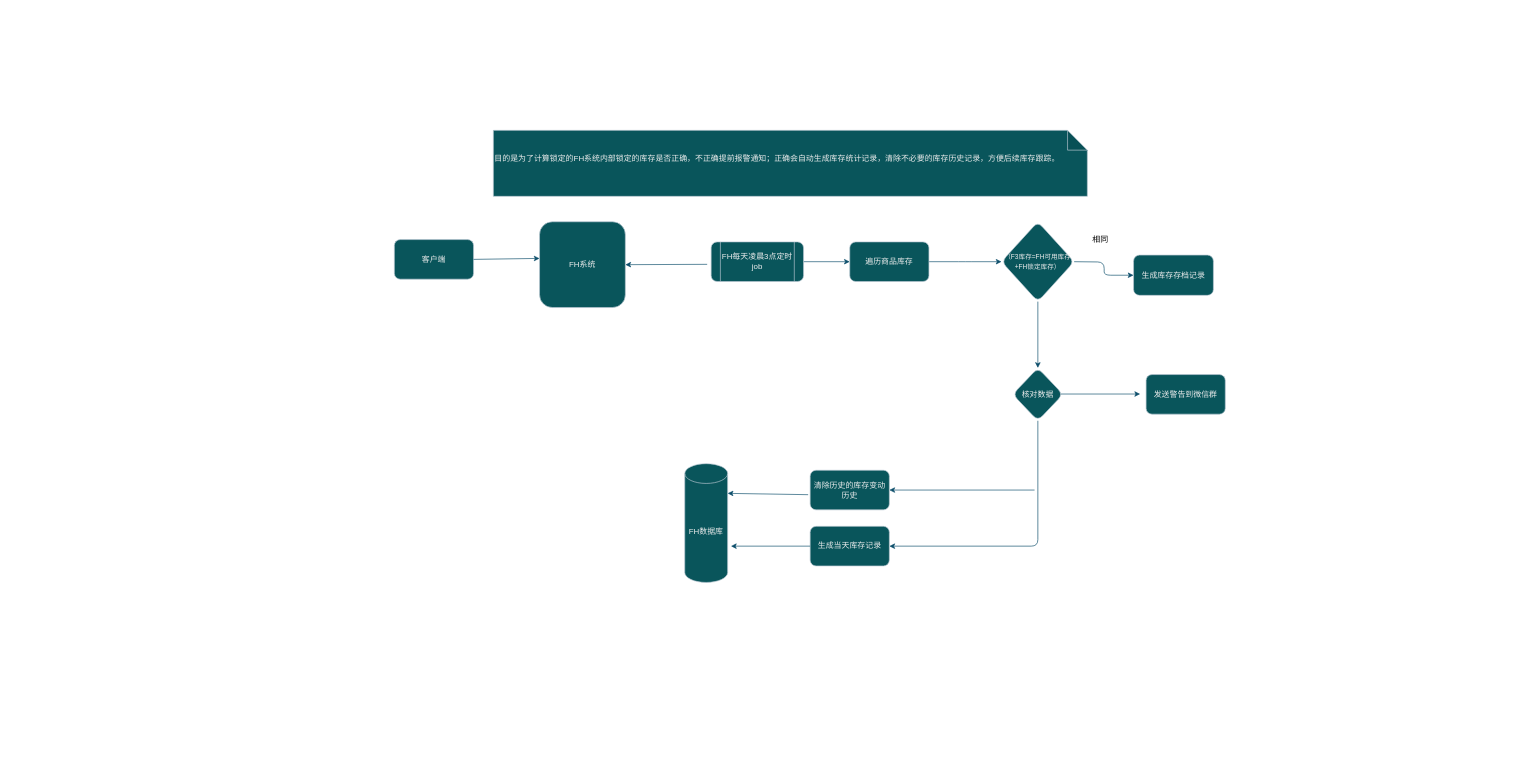
Earlier version of the draw.io diagram SketchMap/库存盘点.drawio (liuyunlong1229/aaa). Source tidied: cells renumbered, new cells numbered last; positions are measured from the earlier drawing's top-left corner, leaving out a move shared by most shapes. Both pictures are drawn from the tidied source at 66%, with x=0, y=0 at pixel (394, 130).
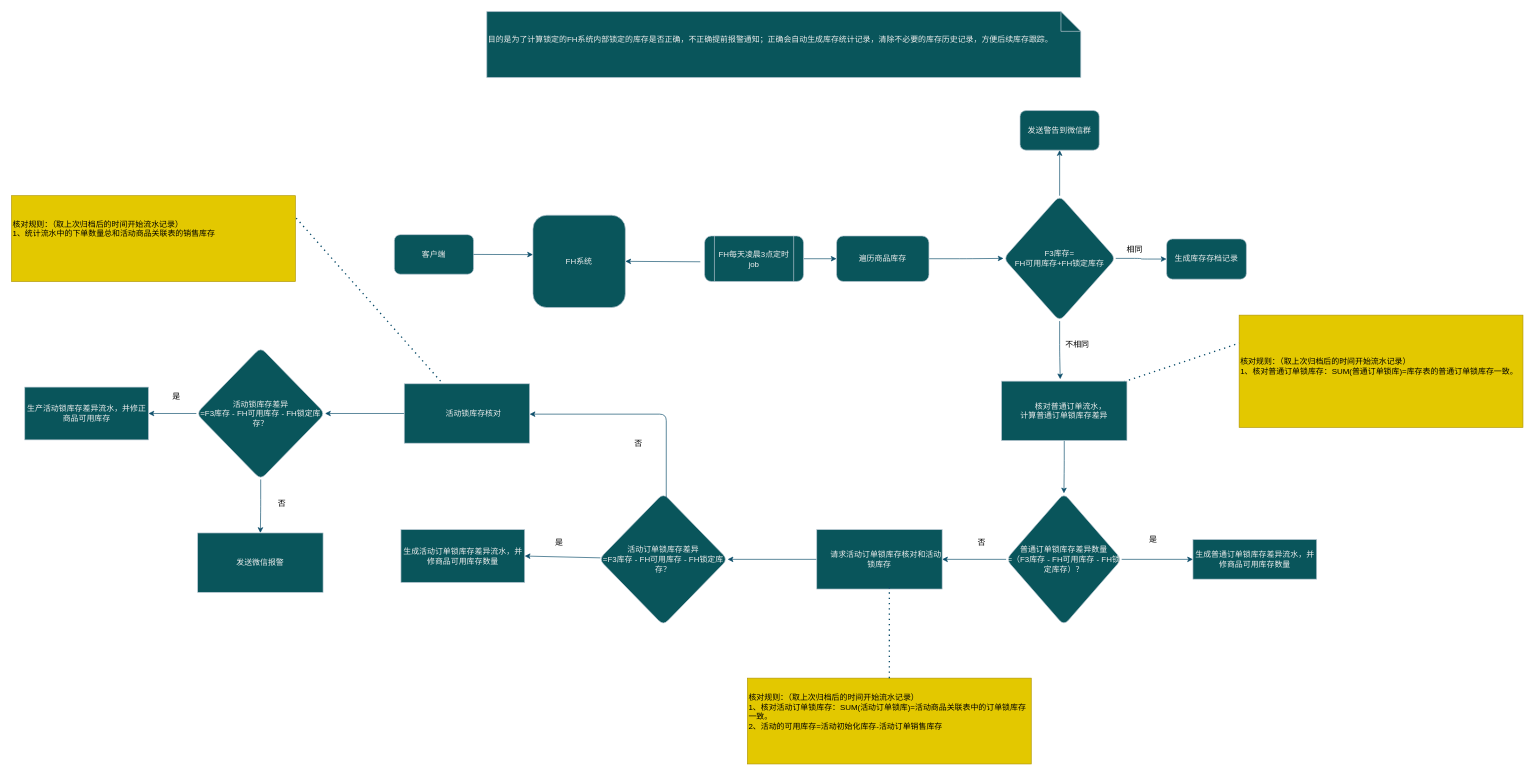
Above is the later version.

Commit message:
更新库存盘点.drawio

Change to the diagram source:
```diff
@@
     <mxCell id="2" value="FH系统" style="whiteSpace=wrap;html=1;labelBackgroundColor=none;fillColor=#09555B;strokeColor=#BAC8D3;fontColor=#EEEEEE;rounded=1;" parent="1" vertex="1">
-      <mxGeometry x="220" y="138.5" width="130" height="130" as="geometry" />
+      <mxGeometry x="210" y="128.5" width="140" height="140" as="geometry" />
     </mxCell>
-    <mxCell id="3" value="FH数据库" style="shape=cylinder3;whiteSpace=wrap;html=1;boundedLbl=1;backgroundOutline=1;size=15;labelBackgroundColor=none;fillColor=#09555B;strokeColor=#BAC8D3;fontColor=#EEEEEE;rounded=1;" parent="1" vertex="1">
-      <mxGeometry x="440" y="505" width="65" height="180" as="geometry" />
-    </mxCell>
@@
     <mxCell id="5" value="FH每天凌晨3点定时job" style="shape=process;whiteSpace=wrap;html=1;backgroundOutline=1;labelBackgroundColor=none;fillColor=#09555B;strokeColor=#BAC8D3;fontColor=#EEEEEE;rounded=1;" parent="1" vertex="1">
-      <mxGeometry x="480" y="169" width="140" height="60" as="geometry" />
+      <mxGeometry x="470" y="160" width="150" height="69" as="geometry" />
     </mxCell>
@@
     <mxCell id="7" value="客户端" style="rounded=1;whiteSpace=wrap;html=1;labelBackgroundColor=none;fillColor=#09555B;strokeColor=#BAC8D3;fontColor=#EEEEEE;" parent="1" vertex="1">
-      <mxGeometry y="165.5" width="120" height="60" as="geometry" />
+      <mxGeometry y="158" width="120" height="60" as="geometry" />
     </mxCell>
@@
-    <mxCell id="9" style="edgeStyle=orthogonalEdgeStyle;rounded=1;jettySize=auto;html=1;entryX=1;entryY=0.5;entryDx=0;entryDy=0;exitX=0.5;exitY=1;exitDx=0;exitDy=0;labelBackgroundColor=none;strokeColor=#0B4D6A;fontColor=default;" parent="1" edge="1" source="10" target="12">
-      <mxGeometry relative="1" as="geometry" />
-    </mxCell>
-    <mxCell id="10" value="核对数据" style="rhombus;whiteSpace=wrap;html=1;labelBackgroundColor=none;fillColor=#09555B;strokeColor=#BAC8D3;fontColor=#EEEEEE;rounded=1;" parent="1" vertex="1">
-      <mxGeometry x="937" y="360" width="76" height="80" as="geometry" />
-    </mxCell>
     <mxCell id="11" value="发送警告到微信群" style="rounded=1;whiteSpace=wrap;html=1;labelBackgroundColor=none;fillColor=#09555B;strokeColor=#BAC8D3;fontColor=#EEEEEE;" parent="1" vertex="1">
-      <mxGeometry x="1139" y="370" width="120" height="60" as="geometry" />
+      <mxGeometry x="948" y="-30" width="120" height="60" as="geometry" />
     </mxCell>
-    <mxCell id="12" value="生成当天库存记录" style="rounded=1;whiteSpace=wrap;html=1;labelBackgroundColor=none;fillColor=#09555B;strokeColor=#BAC8D3;fontColor=#EEEEEE;" parent="1" vertex="1">
-      <mxGeometry x="630" y="600" width="120" height="60" as="geometry" />
-    </mxCell>
-    <mxCell id="13" style="endArrow=classic;html=1;rounded=1;exitX=0;exitY=0.5;exitDx=0;exitDy=0;labelBackgroundColor=none;strokeColor=#0B4D6A;fontColor=default;" parent="1" edge="1" source="12">
-      <mxGeometry relative="1" as="geometry">
-        <mxPoint x="510" y="630" as="targetPoint" />
-      </mxGeometry>
-    </mxCell>
-    <mxCell id="14" value="清除历史的库存变动历史" style="rounded=1;whiteSpace=wrap;html=1;labelBackgroundColor=none;fillColor=#09555B;strokeColor=#BAC8D3;fontColor=#EEEEEE;" parent="1" vertex="1">
-      <mxGeometry x="630" y="515" width="120" height="60" as="geometry" />
-    </mxCell>
-    <mxCell id="15" style="endArrow=classic;html=1;rounded=1;entryX=1;entryY=0.5;entryDx=0;entryDy=0;labelBackgroundColor=none;strokeColor=#0B4D6A;fontColor=default;" parent="1" edge="1" target="14">
-      <mxGeometry relative="1" as="geometry">
-        <mxPoint x="970" y="545" as="sourcePoint" />
-      </mxGeometry>
-    </mxCell>
-    <mxCell id="16" style="endArrow=classic;html=1;rounded=1;entryX=1;entryY=0.25;entryDx=0;entryDy=0;entryPerimeter=0;exitX=-0.025;exitY=0.617;exitDx=0;exitDy=0;exitPerimeter=0;labelBackgroundColor=none;strokeColor=#0B4D6A;fontColor=default;" parent="1" edge="1" source="14" target="3">
-      <mxGeometry relative="1" as="geometry" />
-    </mxCell>
     <mxCell id="17" value="&lt;div&gt;目的是为了计算锁定的FH系统内部锁定的库存是否正确，不正确提前报警通知；正确会自动生成库存统计记录，清除不必要的库存历史记录，方便后续库存跟踪。&lt;/div&gt;&lt;div&gt;&lt;br&gt;&lt;/div&gt;" style="shape=note;whiteSpace=wrap;html=1;backgroundOutline=1;darkOpacity=0.05;align=left;labelBackgroundColor=none;fillColor=#09555B;strokeColor=#BAC8D3;fontColor=#EEEEEE;rounded=1;" parent="1" vertex="1">
-      <mxGeometry x="150" width="900" height="100" as="geometry" />
+      <mxGeometry x="140" y="-180" width="900" height="100" as="geometry" />
     </mxCell>
-    <mxCell id="18" style="endArrow=classic;html=1;rounded=1;labelBackgroundColor=none;strokeColor=#0B4D6A;fontColor=default;" parent="1" edge="1">
-      <mxGeometry relative="1" as="geometry">
-        <mxPoint x="1010" y="399.5" as="sourcePoint" />
-        <mxPoint x="1130" y="399.5" as="targetPoint" />
-      </mxGeometry>
-    </mxCell>
-    <mxCell id="19" style="edgeStyle=orthogonalEdgeStyle;rounded=1;jettySize=auto;html=1;labelBackgroundColor=none;strokeColor=#0B4D6A;fontColor=default;" parent="1" edge="1" target="24">
-      <mxGeometry relative="1" as="geometry">
-        <mxPoint x="1030" y="199" as="sourcePoint" />
-      </mxGeometry>
-    </mxCell>
-    <mxCell id="20" style="edgeStyle=orthogonalEdgeStyle;rounded=1;jettySize=auto;html=1;strokeColor=#0B4D6A;" parent="1" edge="1" source="21" target="10">
-      <mxGeometry relative="1" as="geometry" />
-    </mxCell>
+    <mxCell id="26" style="edgeStyle=orthogonalEdgeStyle;rounded=1;jettySize=auto;html=1;strokeColor=#0B4D6A;" parent="1" edge="1" source="21" target="11">
+      <mxGeometry relative="1" as="geometry" />
+    </mxCell>
+    <mxCell id="27" style="edgeStyle=orthogonalEdgeStyle;rounded=1;jettySize=auto;html=1;strokeColor=#0B4D6A;" parent="1" edge="1" source="21" target="24">
+      <mxGeometry relative="1" as="geometry" />
+    </mxCell>
+    <mxCell id="28" style="edgeStyle=orthogonalEdgeStyle;rounded=1;jettySize=auto;html=1;exitX=0.5;exitY=1;exitDx=0;exitDy=0;strokeColor=#0B4D6A;entryX=0.468;entryY=-0.033;entryDx=0;entryDy=0;entryPerimeter=0;" parent="1" edge="1" source="21" target="36">
+      <mxGeometry relative="1" as="geometry" />
+    </mxCell>
-    <mxCell id="21" value="&lt;font style=&quot;font-size: 10px;&quot;&gt;（F3库存=FH可用库存+FH锁定库存）&lt;/font&gt;" style="rhombus;whiteSpace=wrap;html=1;labelBackgroundColor=none;fillColor=#09555B;strokeColor=#BAC8D3;fontColor=#EEEEEE;rounded=1;" parent="1" vertex="1">
-      <mxGeometry x="920" y="138.5" width="110" height="121" as="geometry" />
+    <mxCell id="21" value="&lt;font style=&quot;font-size: 12px;&quot;&gt;&lt;span style=&quot;&quot;&gt;F3库存=&lt;/span&gt;&lt;br&gt;&lt;font style=&quot;font-size: 12px;&quot;&gt;FH可用库存+FH锁定库存&lt;/font&gt;&lt;/font&gt;" style="rhombus;whiteSpace=wrap;html=1;labelBackgroundColor=none;fillColor=#09555B;strokeColor=#BAC8D3;fontColor=#EEEEEE;rounded=1;" parent="1" vertex="1">
+      <mxGeometry x="923" y="99" width="170" height="190" as="geometry" />
     </mxCell>
-    <mxCell id="22" style="edgeStyle=orthogonalEdgeStyle;rounded=1;jettySize=auto;html=1;labelBackgroundColor=none;strokeColor=#0B4D6A;fontColor=default;" parent="1" edge="1" source="23">
-      <mxGeometry relative="1" as="geometry">
-        <mxPoint x="920" y="199" as="targetPoint" />
-      </mxGeometry>
+    <mxCell id="22" style="edgeStyle=orthogonalEdgeStyle;rounded=1;jettySize=auto;html=1;labelBackgroundColor=none;strokeColor=#0B4D6A;fontColor=default;entryX=0;entryY=0.5;entryDx=0;entryDy=0;" parent="1" edge="1" source="23" target="21">
+      <mxGeometry relative="1" as="geometry" />
     </mxCell>
     <mxCell id="23" value="遍历商品库存" style="rounded=1;whiteSpace=wrap;html=1;labelBackgroundColor=none;fillColor=#09555B;strokeColor=#BAC8D3;fontColor=#EEEEEE;" parent="1" vertex="1">
-      <mxGeometry x="690" y="169" width="120" height="60" as="geometry" />
+      <mxGeometry x="670" y="160" width="140" height="69" as="geometry" />
     </mxCell>
     <mxCell id="24" value="生成库存存档记录" style="rounded=1;whiteSpace=wrap;html=1;labelBackgroundColor=none;fillColor=#09555B;strokeColor=#BAC8D3;fontColor=#EEEEEE;" parent="1" vertex="1">
-      <mxGeometry x="1120" y="189" width="121" height="61" as="geometry" />
+      <mxGeometry x="1170" y="164.5" width="121" height="61" as="geometry" />
     </mxCell>
-    <mxCell id="25" value="相同" style="text;html=1;align=center;verticalAlign=middle;whiteSpace=wrap;rounded=1;labelBackgroundColor=none;" parent="1" vertex="1">
-      <mxGeometry x="1040" y="150" width="60" height="30" as="geometry" />
+    <mxCell id="25" value="&lt;font color=&quot;#000000&quot;&gt;相同&lt;/font&gt;" style="text;html=1;align=center;verticalAlign=middle;whiteSpace=wrap;rounded=0;fontColor=#EEEEEE;" parent="1" vertex="1">
+      <mxGeometry x="1092" y="166" width="60" height="30" as="geometry" />
     </mxCell>
+    <mxCell id="29" value="&lt;font color=&quot;#000000&quot;&gt;不相同&lt;/font&gt;" style="text;html=1;align=center;verticalAlign=middle;whiteSpace=wrap;rounded=0;fontColor=#EEEEEE;" parent="1" vertex="1">
+      <mxGeometry x="1005" y="310" width="60" height="30" as="geometry" />
+    </mxCell>
+    <mxCell id="30" value="核对规则：（取上次归档后的时间开始流水记录）&lt;br&gt;1、核对普通订单锁库存：SUM(普通订单锁库)=库存表的普通订单锁库存一致。&lt;div&gt;&lt;br/&gt;&lt;/div&gt;" style="rounded=0;whiteSpace=wrap;html=1;strokeColor=#B09500;fontColor=#000000;fillColor=#e3c800;align=left;" parent="1" vertex="1">
+      <mxGeometry x="1280" y="280" width="430" height="170" as="geometry" />
+    </mxCell>
+    <mxCell id="31" style="endArrow=none;dashed=1;html=1;dashPattern=1 3;strokeWidth=2;rounded=1;strokeColor=#0B4D6A;exitX=0.636;exitY=0.132;exitDx=0;exitDy=0;exitPerimeter=0;entryX=0;entryY=0.25;entryDx=0;entryDy=0;" parent="1" edge="1" target="30">
+      <mxGeometry relative="1" as="geometry">
+        <mxPoint x="1029.5" y="406.4" as="sourcePoint" />
+      </mxGeometry>
+    </mxCell>
+    <mxCell id="32" value="&lt;font color=&quot;#000000&quot;&gt;是&lt;/font&gt;" style="text;html=1;align=center;verticalAlign=middle;whiteSpace=wrap;rounded=0;fontColor=#EEEEEE;" parent="1" vertex="1">
+      <mxGeometry x="1120" y="605" width="60" height="30" as="geometry" />
+    </mxCell>
+    <mxCell id="33" value="生成普通订单锁库存差异流水，并修商品可用库存数量" style="rounded=0;whiteSpace=wrap;html=1;strokeColor=#BAC8D3;fontColor=#EEEEEE;fillColor=#09555B;" parent="1" vertex="1">
+      <mxGeometry x="1210" y="620" width="187.5" height="60" as="geometry" />
+    </mxCell>
+    <mxCell id="34" value="&lt;font color=&quot;#000000&quot;&gt;否&lt;/font&gt;" style="text;html=1;align=center;verticalAlign=middle;whiteSpace=wrap;rounded=0;fontColor=#EEEEEE;" parent="1" vertex="1">
+      <mxGeometry x="860" y="610" width="60" height="30" as="geometry" />
+    </mxCell>
+    <mxCell id="35" style="edgeStyle=orthogonalEdgeStyle;rounded=1;jettySize=auto;html=1;strokeColor=#0B4D6A;" parent="1" edge="1" source="36" target="39">
+      <mxGeometry relative="1" as="geometry" />
+    </mxCell>
+    <mxCell id="36" value="&amp;nbsp; &amp;nbsp; &amp;nbsp; 核对普通订单流水，&lt;br&gt;计算普通订单锁库存差异" style="rounded=0;whiteSpace=wrap;html=1;strokeColor=#BAC8D3;fontColor=#EEEEEE;fillColor=#09555B;" parent="1" vertex="1">
+      <mxGeometry x="920" y="380" width="190" height="90" as="geometry" />
+    </mxCell>
+    <mxCell id="37" style="edgeStyle=orthogonalEdgeStyle;rounded=1;jettySize=auto;html=1;entryX=0;entryY=0.5;entryDx=0;entryDy=0;strokeColor=#0B4D6A;" parent="1" edge="1" source="39" target="33">
+      <mxGeometry relative="1" as="geometry" />
+    </mxCell>
+    <mxCell id="38" style="edgeStyle=orthogonalEdgeStyle;rounded=1;jettySize=auto;html=1;strokeColor=#0B4D6A;" parent="1" edge="1" source="39" target="41">
+      <mxGeometry relative="1" as="geometry" />
+    </mxCell>
+    <mxCell id="39" value="普通订单锁库存差异数量&lt;br&gt;=（F3库存 - FH可用库存 - FH锁定库存）？" style="rhombus;whiteSpace=wrap;html=1;labelBackgroundColor=none;fillColor=#09555B;strokeColor=#BAC8D3;fontColor=#EEEEEE;rounded=1;" parent="1" vertex="1">
+      <mxGeometry x="927" y="550" width="175" height="200" as="geometry" />
+    </mxCell>
+    <mxCell id="40" style="edgeStyle=orthogonalEdgeStyle;rounded=1;jettySize=auto;html=1;entryX=1;entryY=0.5;entryDx=0;entryDy=0;strokeColor=#0B4D6A;" parent="1" edge="1" source="41" target="44">
+      <mxGeometry relative="1" as="geometry" />
+    </mxCell>
+    <mxCell id="41" value="&amp;nbsp; &amp;nbsp; &amp;nbsp; 请求活动订单锁库存核对和活动锁库存" style="rounded=0;whiteSpace=wrap;html=1;strokeColor=#BAC8D3;fontColor=#EEEEEE;fillColor=#09555B;" parent="1" vertex="1">
+      <mxGeometry x="640" y="605" width="190" height="90" as="geometry" />
+    </mxCell>
+    <mxCell id="42" value="核对规则：（取上次归档后的时间开始流水记录）&lt;br&gt;1、核对活动订单锁库存：SUM(活动订单锁库)=活动商品关联表中的订单锁库存一致。&lt;br&gt;2、活动的可用库存=活动初始化库存-活动订单销售库存&lt;br&gt;&lt;br&gt;&lt;div&gt;&lt;br&gt;&lt;/div&gt;" style="rounded=0;whiteSpace=wrap;html=1;strokeColor=#B09500;fontColor=#000000;fillColor=#e3c800;align=left;" parent="1" vertex="1">
+      <mxGeometry x="535" y="830" width="430" height="130" as="geometry" />
+    </mxCell>
+    <mxCell id="43" style="endArrow=none;dashed=1;html=1;dashPattern=1 3;strokeWidth=2;rounded=1;strokeColor=#0B4D6A;" parent="1" edge="1" source="42">
+      <mxGeometry relative="1" as="geometry">
+        <mxPoint x="750" y="690" as="targetPoint" />
+      </mxGeometry>
+    </mxCell>
+    <mxCell id="44" value="活动订单锁库存差异&lt;br&gt;=F3库存 - FH可用库存 - FH锁定库存？" style="rhombus;whiteSpace=wrap;html=1;labelBackgroundColor=none;fillColor=#09555B;strokeColor=#BAC8D3;fontColor=#EEEEEE;rounded=1;" parent="1" vertex="1">
+      <mxGeometry x="310" y="550" width="195" height="200" as="geometry" />
+    </mxCell>
+    <mxCell id="45" value="生成活动订单锁库存差异流水，并修商品可用库存数量" style="rounded=0;whiteSpace=wrap;html=1;strokeColor=#BAC8D3;fontColor=#EEEEEE;fillColor=#09555B;" parent="1" vertex="1">
+      <mxGeometry x="10" y="605" width="187.5" height="80" as="geometry" />
+    </mxCell>
+    <mxCell id="46" style="endArrow=classic;html=1;rounded=1;strokeColor=#0B4D6A;entryX=1;entryY=0.5;entryDx=0;entryDy=0;" parent="1" edge="1" source="44" target="45">
+      <mxGeometry relative="1" as="geometry" />
+    </mxCell>
+    <mxCell id="47" style="endArrow=classic;html=1;rounded=1;strokeColor=#0B4D6A;entryX=1;entryY=0.5;entryDx=0;entryDy=0;exitX=0.523;exitY=0.035;exitDx=0;exitDy=0;exitPerimeter=0;" parent="1" edge="1" source="44">
+      <mxGeometry relative="1" as="geometry">
+        <mxPoint x="205" y="430" as="targetPoint" />
+        <Array as="points">
+          <mxPoint x="412" y="430" />
+        </Array>
+      </mxGeometry>
+    </mxCell>
+    <mxCell id="48" value="&lt;font color=&quot;#000000&quot;&gt;是&lt;/font&gt;" style="text;html=1;align=center;verticalAlign=middle;whiteSpace=wrap;rounded=0;fontColor=#EEEEEE;" parent="1" vertex="1">
+      <mxGeometry x="220" y="610" width="60" height="30" as="geometry" />
+    </mxCell>
+    <mxCell id="49" value="&lt;font color=&quot;#000000&quot;&gt;否&lt;/font&gt;" style="text;html=1;align=center;verticalAlign=middle;whiteSpace=wrap;rounded=0;fontColor=#EEEEEE;" parent="1" vertex="1">
+      <mxGeometry x="340" y="460" width="60" height="30" as="geometry" />
+    </mxCell>
+    <mxCell id="50" style="edgeStyle=orthogonalEdgeStyle;rounded=1;jettySize=auto;html=1;strokeColor=#0B4D6A;" parent="1" edge="1" source="51" target="56">
+      <mxGeometry relative="1" as="geometry" />
+    </mxCell>
+    <mxCell id="51" value="&amp;nbsp; &amp;nbsp; &amp;nbsp; 活动锁库存核对" style="rounded=0;whiteSpace=wrap;html=1;strokeColor=#BAC8D3;fontColor=#EEEEEE;fillColor=#09555B;" parent="1" vertex="1">
+      <mxGeometry x="15" y="384" width="190" height="90" as="geometry" />
+    </mxCell>
+    <mxCell id="52" value="核对规则：（取上次归档后的时间开始流水记录）&lt;br&gt;1、统计流水中的下单数量总和活动商品关联表的销售库存&lt;br&gt;&lt;br&gt;&lt;div&gt;&lt;br&gt;&lt;/div&gt;" style="rounded=0;whiteSpace=wrap;html=1;strokeColor=#B09500;fontColor=#000000;fillColor=#e3c800;align=left;" parent="1" vertex="1">
+      <mxGeometry x="-580" y="99" width="430" height="130" as="geometry" />
+    </mxCell>
+    <mxCell id="53" style="endArrow=none;dashed=1;html=1;dashPattern=1 3;strokeWidth=2;rounded=1;strokeColor=#0B4D6A;entryX=1;entryY=0.25;entryDx=0;entryDy=0;" parent="1" edge="1" target="52">
+      <mxGeometry relative="1" as="geometry">
+        <mxPoint x="70" y="380" as="sourcePoint" />
+      </mxGeometry>
+    </mxCell>
+    <mxCell id="54" style="edgeStyle=orthogonalEdgeStyle;rounded=1;jettySize=auto;html=1;strokeColor=#0B4D6A;" parent="1" edge="1" source="56" target="57">
+      <mxGeometry relative="1" as="geometry" />
+    </mxCell>
+    <mxCell id="55" style="edgeStyle=orthogonalEdgeStyle;rounded=1;jettySize=auto;html=1;strokeColor=#0B4D6A;" parent="1" edge="1" source="56" target="60">
+      <mxGeometry relative="1" as="geometry" />
+    </mxCell>
+    <mxCell id="56" value="活动锁库存差异&lt;br&gt;=F3库存 - FH可用库存 - FH锁定库存？" style="rhombus;whiteSpace=wrap;html=1;labelBackgroundColor=none;fillColor=#09555B;strokeColor=#BAC8D3;fontColor=#EEEEEE;rounded=1;" parent="1" vertex="1">
+      <mxGeometry x="-300" y="329" width="195" height="200" as="geometry" />
+    </mxCell>
+    <mxCell id="57" value="生产活动锁库存差异流水，并修正商品可用库存" style="rounded=0;whiteSpace=wrap;html=1;strokeColor=#BAC8D3;fontColor=#EEEEEE;fillColor=#09555B;" parent="1" vertex="1">
+      <mxGeometry x="-560" y="389" width="187.5" height="80" as="geometry" />
+    </mxCell>
+    <mxCell id="58" value="Text" style="text;html=1;align=center;verticalAlign=middle;whiteSpace=wrap;rounded=0;fontColor=none;labelBackgroundColor=#000000;noLabel=1;" parent="1" vertex="1">
+      <mxGeometry x="-350" y="380" width="60" height="30" as="geometry" />
+    </mxCell>
+    <mxCell id="59" value="&lt;font color=&quot;#000000&quot;&gt;是&lt;/font&gt;" style="text;html=1;align=center;verticalAlign=middle;whiteSpace=wrap;rounded=0;fontColor=#EEEEEE;" parent="1" vertex="1">
+      <mxGeometry x="-360" y="389" width="60" height="30" as="geometry" />
+    </mxCell>
+    <mxCell id="60" value="发送微信报警" style="rounded=0;whiteSpace=wrap;html=1;strokeColor=#BAC8D3;fontColor=#EEEEEE;fillColor=#09555B;" parent="1" vertex="1">
+      <mxGeometry x="-298" y="610" width="190" height="90" as="geometry" />
+    </mxCell>
+    <mxCell id="61" value="&lt;font color=&quot;#000000&quot;&gt;否&lt;/font&gt;" style="text;html=1;align=center;verticalAlign=middle;whiteSpace=wrap;rounded=0;fontColor=#EEEEEE;" parent="1" vertex="1">
+      <mxGeometry x="-200" y="550" width="60" height="30" as="geometry" />
+    </mxCell>
```
